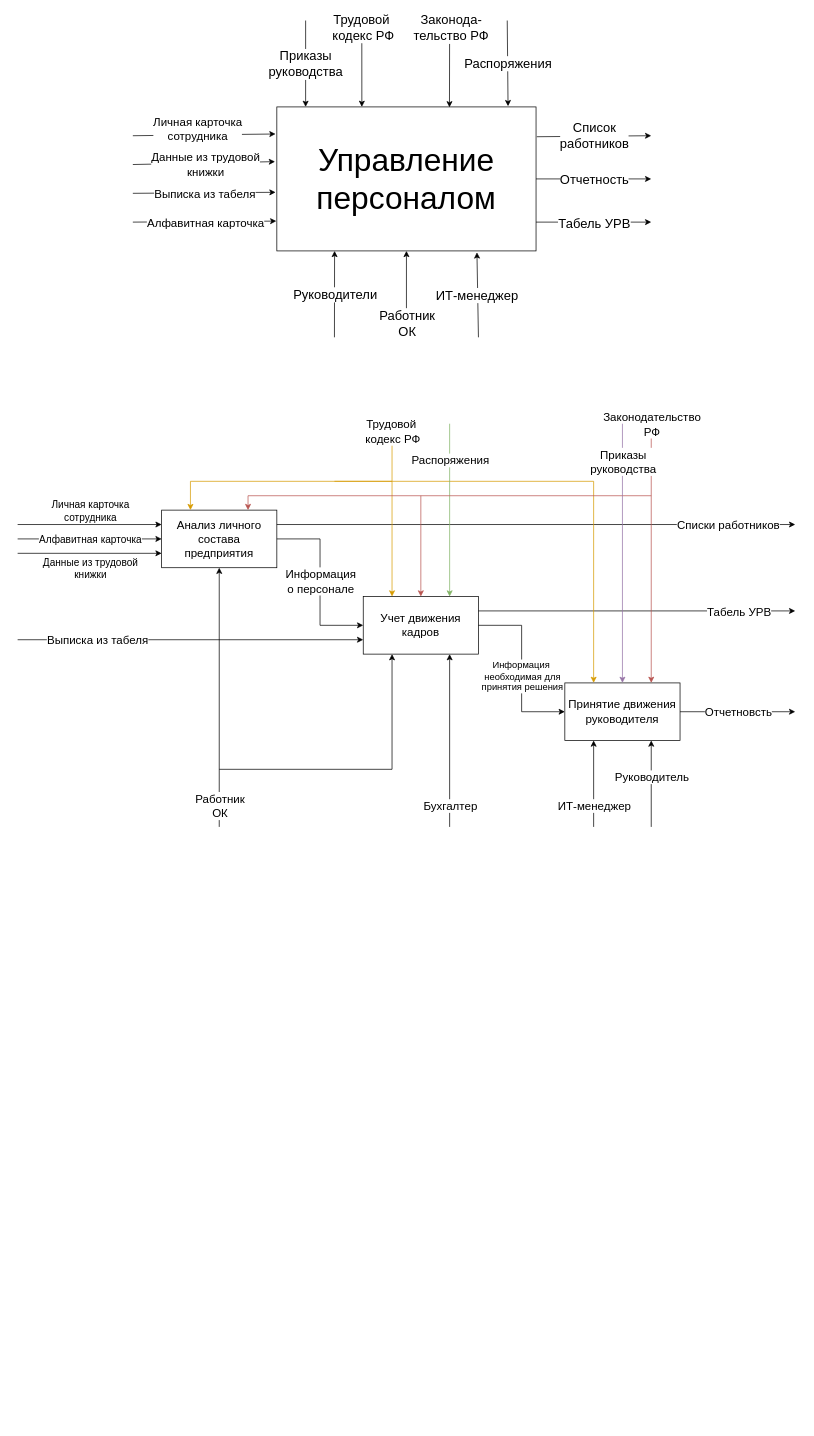
The draw.io diagram Диаграмма без названия.drawio in Saxaridze/trash, before the edit. Source tidied: cells renumbered, new cells numbered last; positions are measured from the earlier drawing's top-left corner, leaving out a move shared by most shapes. Both pictures are drawn from the tidied source at 72%, with x=0, y=0 at pixel (17, 20).
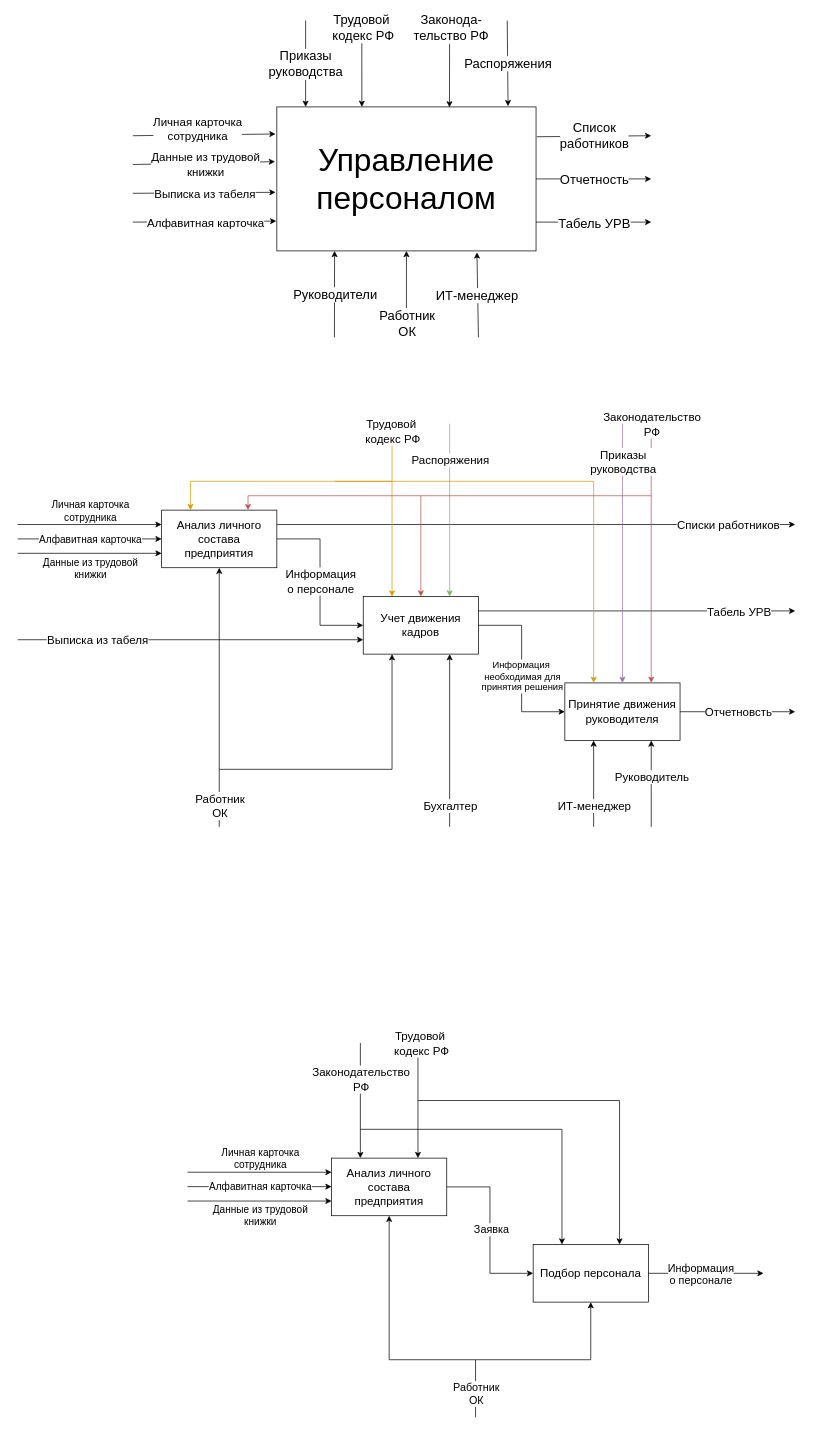
The same page after the edit.

Diff of the diagram source:
```diff
@@
+    <mxCell id="73" value="Анализ личного состава предприятия" style="rounded=0;whiteSpace=wrap;html=1;fontSize=16;" parent="1" vertex="1">
+      <mxGeometry x="436" y="1580" width="160" height="80" as="geometry" />
+    </mxCell>
+    <mxCell id="74" value="Подбор персонала" style="rounded=0;whiteSpace=wrap;html=1;fontSize=16;" parent="1" vertex="1">
+      <mxGeometry x="716" y="1700" width="160" height="80" as="geometry" />
+    </mxCell>
+    <mxCell id="75" style="endArrow=classic;html=1;rounded=0;entryX=0.25;entryY=0;entryDx=0;entryDy=0;" parent="1" edge="1" target="73">
+      <mxGeometry relative="1" as="geometry">
+        <mxPoint x="476" y="1420" as="sourcePoint" />
+      </mxGeometry>
+    </mxCell>
+    <mxCell id="76" value="Законодательство&lt;br style=&quot;border-color: var(--border-color); font-size: 16px;&quot;&gt;&lt;span style=&quot;font-size: 16px;&quot;&gt;РФ&lt;/span&gt;" style="edgeLabel;html=1;align=center;verticalAlign=middle;fontSize=16;" parent="75" vertex="1">
+      <mxGeometry x="-0.17" y="-2" relative="1" as="geometry">
+        <mxPoint x="2" y="-16" as="offset" />
+      </mxGeometry>
+    </mxCell>
+    <mxCell id="77" style="endArrow=classic;html=1;rounded=0;entryX=0.75;entryY=0;entryDx=0;entryDy=0;" parent="1" edge="1" target="73">
+      <mxGeometry relative="1" as="geometry">
+        <mxPoint x="556" y="1420" as="sourcePoint" />
+      </mxGeometry>
+    </mxCell>
+    <mxCell id="78" value="Трудовой&amp;nbsp;&lt;br style=&quot;border-color: var(--border-color); font-size: 16px;&quot;&gt;&lt;span style=&quot;font-size: 16px;&quot;&gt;кодекс РФ&lt;/span&gt;" style="edgeLabel;html=1;align=center;verticalAlign=middle;fontSize=16;" parent="77" vertex="1">
+      <mxGeometry x="-0.71" y="-1" relative="1" as="geometry">
+        <mxPoint x="5" y="-23" as="offset" />
+      </mxGeometry>
+    </mxCell>
+    <mxCell id="79" style="endArrow=classic;html=1;rounded=0;exitX=1;exitY=0.5;exitDx=0;exitDy=0;" parent="1" edge="1" source="74">
+      <mxGeometry relative="1" as="geometry">
+        <mxPoint x="1036" y="1740" as="targetPoint" />
+      </mxGeometry>
+    </mxCell>
+    <mxCell id="80" value="Информация&lt;br style=&quot;border-color: var(--border-color); font-size: 15px;&quot;&gt;&lt;span style=&quot;font-size: 15px;&quot;&gt;о персонале&lt;/span&gt;" style="edgeLabel;html=1;align=center;verticalAlign=middle;fontSize=15;" parent="79" vertex="1">
+      <mxGeometry x="-0.1" relative="1" as="geometry" />
+    </mxCell>
+    <mxCell id="81" style="endArrow=classic;html=1;rounded=0;entryX=0;entryY=0.5;entryDx=0;entryDy=0;exitX=1;exitY=0.5;exitDx=0;exitDy=0;" parent="1" edge="1" source="73" target="74">
+      <mxGeometry relative="1" as="geometry">
+        <Array as="points">
+          <mxPoint x="656" y="1620" />
+          <mxPoint x="656" y="1740" />
+        </Array>
+      </mxGeometry>
+    </mxCell>
+    <mxCell id="82" value="Заявка" style="edgeLabel;html=1;align=center;verticalAlign=middle;fontSize=15;" parent="81" vertex="1">
+      <mxGeometry x="-0.02" y="1" relative="1" as="geometry" />
+    </mxCell>
+    <mxCell id="83" style="endArrow=classic;html=1;rounded=0;entryX=0.5;entryY=1;entryDx=0;entryDy=0;" parent="1" edge="1" target="73">
+      <mxGeometry relative="1" as="geometry">
+        <mxPoint x="636" y="1940" as="sourcePoint" />
+        <Array as="points">
+          <mxPoint x="636" y="1860" />
+          <mxPoint x="516" y="1860" />
+        </Array>
+      </mxGeometry>
+    </mxCell>
+    <mxCell id="84" value="Работник&lt;br style=&quot;border-color: var(--border-color); font-size: 15px;&quot;&gt;&lt;span style=&quot;font-size: 15px;&quot;&gt;ОК&lt;/span&gt;" style="edgeLabel;html=1;align=center;verticalAlign=middle;fontSize=15;" parent="83" vertex="1">
+      <mxGeometry x="-0.83" relative="1" as="geometry" />
+    </mxCell>
+    <mxCell id="85" style="endArrow=classic;html=1;rounded=0;entryX=0.5;entryY=1;entryDx=0;entryDy=0;" parent="1" edge="1" target="74">
+      <mxGeometry relative="1" as="geometry">
+        <mxPoint x="636" y="1860" as="sourcePoint" />
+        <Array as="points">
+          <mxPoint x="796" y="1860" />
+        </Array>
+      </mxGeometry>
+    </mxCell>
+    <mxCell id="86" style="endArrow=classic;html=1;rounded=0;entryX=0;entryY=0.25;entryDx=0;entryDy=0;" parent="1" edge="1">
+      <mxGeometry relative="1" as="geometry">
+        <mxPoint x="236" y="1599.6" as="sourcePoint" />
+        <mxPoint x="436" y="1599.6" as="targetPoint" />
+      </mxGeometry>
+    </mxCell>
+    <mxCell id="87" value="Личная карточка&lt;br style=&quot;font-size: 14px;&quot;&gt;сотрудника" style="edgeLabel;html=1;align=center;verticalAlign=middle;fontSize=14;" parent="86" vertex="1">
+      <mxGeometry x="-0.6" relative="1" as="geometry">
+        <mxPoint x="60" y="-20" as="offset" />
+      </mxGeometry>
+    </mxCell>
+    <mxCell id="88" style="endArrow=classic;html=1;rounded=0;entryX=0;entryY=0.5;entryDx=0;entryDy=0;" parent="1" edge="1">
+      <mxGeometry relative="1" as="geometry">
+        <mxPoint x="236" y="1619.6" as="sourcePoint" />
+        <mxPoint x="436" y="1619.6" as="targetPoint" />
+      </mxGeometry>
+    </mxCell>
+    <mxCell id="89" value="Данные из трудовой&lt;br style=&quot;font-size: 14px;&quot;&gt;книжки" style="edgeLabel;html=1;align=center;verticalAlign=middle;fontSize=14;" parent="88" vertex="1">
+      <mxGeometry x="-0.29" y="1" relative="1" as="geometry">
+        <mxPoint x="29" y="41" as="offset" />
+      </mxGeometry>
+    </mxCell>
+    <mxCell id="90" style="endArrow=classic;html=1;rounded=0;entryX=0;entryY=0.75;entryDx=0;entryDy=0;" parent="1" edge="1">
+      <mxGeometry relative="1" as="geometry">
+        <mxPoint x="236" y="1639.6" as="sourcePoint" />
+        <mxPoint x="436" y="1639.6" as="targetPoint" />
+      </mxGeometry>
+    </mxCell>
+    <mxCell id="91" value="Алфавитная карточка" style="edgeLabel;html=1;align=center;verticalAlign=middle;fontSize=14;" parent="90" vertex="1">
+      <mxGeometry x="-0.53" y="-3" relative="1" as="geometry">
+        <mxPoint x="53" y="-23" as="offset" />
+      </mxGeometry>
+    </mxCell>
+    <mxCell id="92" style="endArrow=classic;html=1;rounded=0;entryX=0.25;entryY=0;entryDx=0;entryDy=0;" parent="1" edge="1" target="74">
+      <mxGeometry relative="1" as="geometry">
+        <mxPoint x="476" y="1540" as="sourcePoint" />
+        <Array as="points">
+          <mxPoint x="756" y="1540" />
+        </Array>
+      </mxGeometry>
+    </mxCell>
+    <mxCell id="93" style="endArrow=classic;html=1;rounded=0;entryX=0.75;entryY=0;entryDx=0;entryDy=0;" parent="1" edge="1" target="74">
+      <mxGeometry relative="1" as="geometry">
+        <mxPoint x="556" y="1500" as="sourcePoint" />
+        <Array as="points">
+          <mxPoint x="836" y="1500" />
+        </Array>
+      </mxGeometry>
+    </mxCell>
```
